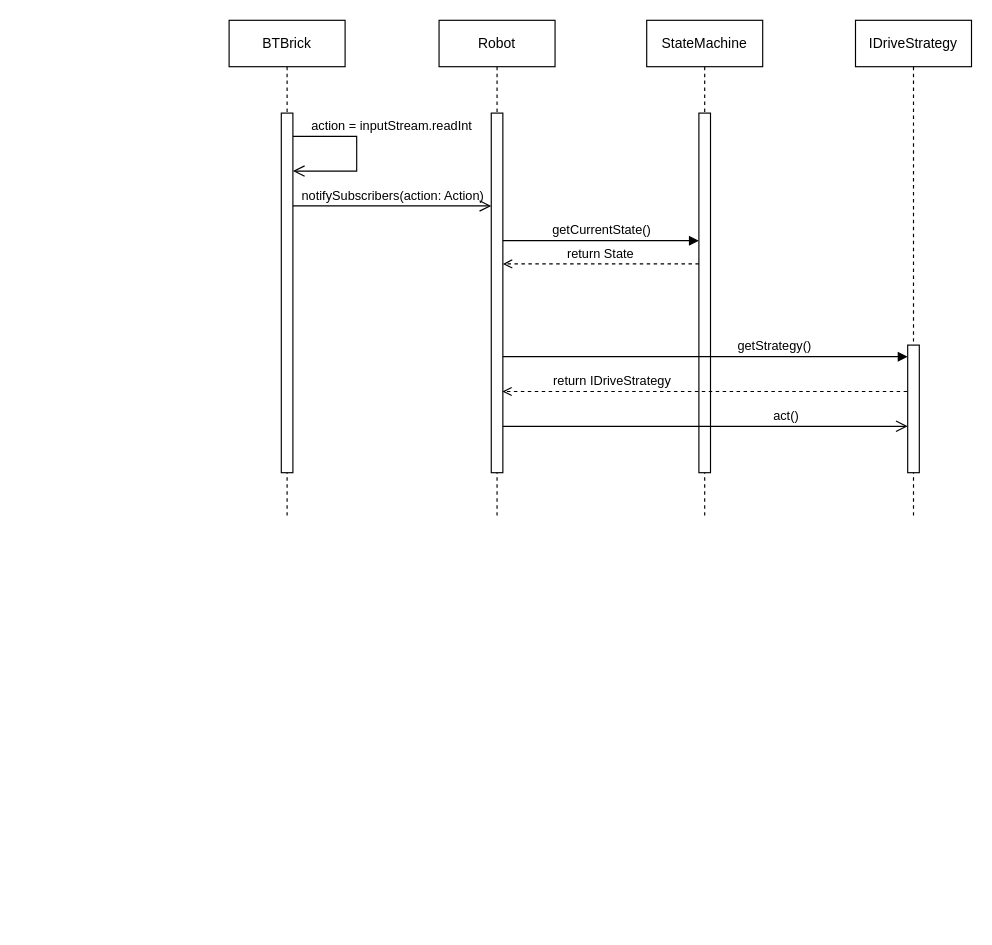
Thomas12141/OOS_Praktikum keeps this draw.io diagram as UML/sequenzdiagramm.drawio. Above is the earlier version. Source tidied: cells renumbered, new cells numbered last; positions are measured from the earlier drawing's top-left corner, leaving out a move shared by most shapes. Both pictures are drawn from the tidied source at 116%, with x=0, y=0 at pixel (229, 20).
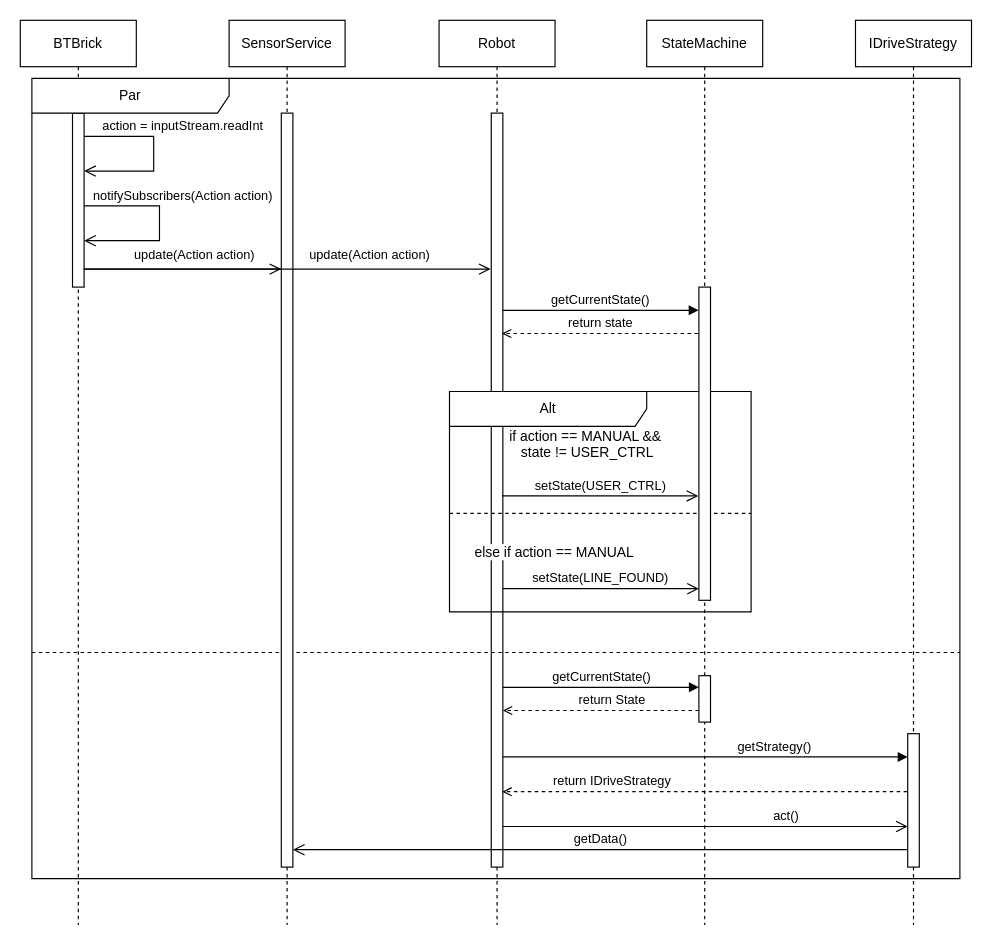
After the change.

Commit message (it also covers changes not shown here):
updated sequence diagram with threading

The edit, as a diff of the source:
```diff
@@
     <mxCell id="2" value="BTBrick" style="shape=umlLifeline;perimeter=lifelinePerimeter;whiteSpace=wrap;html=1;newEdgeStyle={&quot;edgeStyle&quot;:&quot;elbowEdgeStyle&quot;,&quot;elbow&quot;:&quot;vertical&quot;,&quot;curved&quot;:0,&quot;rounded&quot;:0};" parent="1" vertex="1">
-      <mxGeometry width="100" height="430" as="geometry" />
+      <mxGeometry x="-180" width="100" height="780" as="geometry" />
     </mxCell>
     <mxCell id="3" style="html=1;points=[];perimeter=orthogonalPerimeter;outlineConnect=0;targetShapes=umlLifeline;portConstraint=eastwest;newEdgeStyle={&quot;edgeStyle&quot;:&quot;elbowEdgeStyle&quot;,&quot;elbow&quot;:&quot;vertical&quot;,&quot;curved&quot;:0,&quot;rounded&quot;:0};" parent="2" vertex="1">
-      <mxGeometry x="45" y="80" width="10" height="310" as="geometry" />
+      <mxGeometry x="45" y="80" width="10" height="150" as="geometry" />
     </mxCell>
+    <mxCell id="17" value="notifySubscribers(Action action)" style="endArrow=open;startArrow=none;endFill=0;startFill=0;endSize=8;html=1;verticalAlign=bottom;labelBackgroundColor=none;strokeWidth=1;rounded=0;" parent="2" edge="1" source="3" target="3">
+      <mxGeometry x="-0.19" y="20" relative="1" as="geometry">
+        <Array as="points">
+          <mxPoint x="90" y="160" />
+          <mxPoint x="120" y="160" />
+          <mxPoint x="120" y="190" />
+        </Array>
+      </mxGeometry>
+    </mxCell>
+    <mxCell id="9" value="action = inputStream.readInt" style="endArrow=open;startArrow=none;endFill=0;startFill=0;endSize=8;html=1;verticalAlign=bottom;labelBackgroundColor=none;strokeWidth=1;rounded=0;" parent="2" edge="1" source="3" target="3">
+      <mxGeometry x="-0.2" y="25" relative="1" as="geometry">
+        <Array as="points">
+          <mxPoint x="85" y="100" />
+          <mxPoint x="115" y="100" />
+          <mxPoint x="115" y="130" />
+        </Array>
+      </mxGeometry>
+    </mxCell>
     <mxCell id="4" value="Robot" style="shape=umlLifeline;perimeter=lifelinePerimeter;whiteSpace=wrap;html=1;newEdgeStyle={&quot;edgeStyle&quot;:&quot;elbowEdgeStyle&quot;,&quot;elbow&quot;:&quot;vertical&quot;,&quot;curved&quot;:0,&quot;rounded&quot;:0};" parent="1" vertex="1">
-      <mxGeometry x="181" width="100" height="430" as="geometry" />
+      <mxGeometry x="181" width="100" height="780" as="geometry" />
     </mxCell>
     <mxCell id="5" style="html=1;points=[];perimeter=orthogonalPerimeter;outlineConnect=0;targetShapes=umlLifeline;portConstraint=eastwest;newEdgeStyle={&quot;edgeStyle&quot;:&quot;elbowEdgeStyle&quot;,&quot;elbow&quot;:&quot;vertical&quot;,&quot;curved&quot;:0,&quot;rounded&quot;:0};" parent="4" vertex="1">
-      <mxGeometry x="45" y="80" width="10" height="310" as="geometry" />
+      <mxGeometry x="45" y="80" width="10" height="650" as="geometry" />
     </mxCell>
     <mxCell id="6" value="StateMachine" style="shape=umlLifeline;perimeter=lifelinePerimeter;whiteSpace=wrap;html=1;newEdgeStyle={&quot;edgeStyle&quot;:&quot;elbowEdgeStyle&quot;,&quot;elbow&quot;:&quot;vertical&quot;,&quot;curved&quot;:0,&quot;rounded&quot;:0};" parent="1" vertex="1">
-      <mxGeometry x="360" width="100" height="430" as="geometry" />
+      <mxGeometry x="360" width="100" height="780" as="geometry" />
     </mxCell>
+    <mxCell id="14" value="IDriveStrategy" style="shape=umlLifeline;perimeter=lifelinePerimeter;whiteSpace=wrap;html=1;newEdgeStyle={&quot;edgeStyle&quot;:&quot;elbowEdgeStyle&quot;,&quot;elbow&quot;:&quot;vertical&quot;,&quot;curved&quot;:0,&quot;rounded&quot;:0};" parent="1" vertex="1">
+      <mxGeometry x="540" width="100" height="780" as="geometry" />
+    </mxCell>
+    <mxCell id="18" value="Par" style="shape=umlFrame;whiteSpace=wrap;html=1;width=170;" parent="1" vertex="1">
+      <mxGeometry x="-170" y="50" width="800" height="690" as="geometry" />
+    </mxCell>
+    <mxCell id="19" style="line;strokeWidth=1;dashed=1;labelPosition=center;verticalLabelPosition=bottom;align=left;verticalAlign=top;spacingLeft=20;spacingTop=15;html=1;whiteSpace=wrap;" parent="18" vertex="1">
+      <mxGeometry y="490" width="800" height="10" as="geometry" />
+    </mxCell>
-    <mxCell id="7" style="html=1;perimeter=orthogonalPerimeter;targetShapes=umlLifeline;newEdgeStyle={&quot;edgeStyle&quot;:&quot;elbowEdgeStyle&quot;,&quot;elbow&quot;:&quot;vertical&quot;,&quot;curved&quot;:0,&quot;rounded&quot;:0};" parent="6" vertex="1">
-      <mxGeometry x="45" y="80" width="10" height="310" as="geometry" />
+    <mxCell id="7" style="html=1;perimeter=orthogonalPerimeter;targetShapes=umlLifeline;newEdgeStyle={&quot;edgeStyle&quot;:&quot;elbowEdgeStyle&quot;,&quot;elbow&quot;:&quot;vertical&quot;,&quot;curved&quot;:0,&quot;rounded&quot;:0};" parent="18" vertex="1">
+      <mxGeometry x="575" y="515" width="10" height="40" as="geometry" />
     </mxCell>
-    <mxCell id="8" value="notifySubscribers(action: Action)" style="endArrow=open;startArrow=none;endFill=0;startFill=0;endSize=8;html=1;verticalAlign=bottom;labelBackgroundColor=none;strokeWidth=1;rounded=0;" parent="1" edge="1" source="3" target="5">
-      <mxGeometry relative="1" as="geometry">
-        <Array as="points">
-          <mxPoint x="140" y="160" />
-        </Array>
-      </mxGeometry>
-    </mxCell>
-    <mxCell id="9" value="action = inputStream.readInt" style="endArrow=open;startArrow=none;endFill=0;startFill=0;endSize=8;html=1;verticalAlign=bottom;labelBackgroundColor=none;strokeWidth=1;rounded=0;" parent="1" edge="1" target="3">
-      <mxGeometry x="-0.21" y="30" relative="1" as="geometry">
-        <mxPoint x="55" y="100" as="sourcePoint" />
-        <Array as="points">
-          <mxPoint x="80" y="100" />
-          <mxPoint x="110" y="100" />
-          <mxPoint x="110" y="130" />
-        </Array>
-      </mxGeometry>
-    </mxCell>
+    <mxCell id="15" style="html=1;points=[];perimeter=orthogonalPerimeter;outlineConnect=0;targetShapes=umlLifeline;portConstraint=eastwest;newEdgeStyle={&quot;edgeStyle&quot;:&quot;elbowEdgeStyle&quot;,&quot;elbow&quot;:&quot;vertical&quot;,&quot;curved&quot;:0,&quot;rounded&quot;:0};" parent="18" vertex="1">
+      <mxGeometry x="755" y="565" width="10" height="115" as="geometry" />
+    </mxCell>
-    <mxCell id="10" value="getCurrentState()" style="html=1;verticalAlign=bottom;endArrow=block;edgeStyle=elbowEdgeStyle;elbow=vertical;curved=0;rounded=0;" parent="1" edge="1">
+    <mxCell id="10" value="getCurrentState()" style="html=1;verticalAlign=bottom;endArrow=block;edgeStyle=elbowEdgeStyle;elbow=vertical;curved=0;rounded=0;" parent="18" edge="1">
       <mxGeometry relative="1" as="geometry">
-        <mxPoint x="236" y="190" as="sourcePoint" />
-        <mxPoint x="405" y="190" as="targetPoint" />
+        <mxPoint x="406" y="525" as="sourcePoint" />
+        <mxPoint x="575" y="525" as="targetPoint" />
         <Array as="points">
-          <mxPoint x="320.5" y="190" />
+          <mxPoint x="490.5" y="525" />
         </Array>
       </mxGeometry>
     </mxCell>
+    <mxCell id="12" value="return State" style="html=1;verticalAlign=bottom;labelBackgroundColor=none;endArrow=open;endFill=0;dashed=1;rounded=0;" parent="18" edge="1">
+      <mxGeometry x="-0.11" relative="1" as="geometry">
+        <mxPoint x="575" y="545" as="sourcePoint" />
+        <mxPoint x="406" y="545" as="targetPoint" />
+      </mxGeometry>
+    </mxCell>
-    <mxCell id="11" value="getStrategy()" style="html=1;verticalAlign=bottom;endArrow=block;edgeStyle=elbowEdgeStyle;elbow=vertical;curved=0;rounded=0;" parent="1" edge="1" source="5" target="15">
+    <mxCell id="11" value="getStrategy()" style="html=1;verticalAlign=bottom;endArrow=block;edgeStyle=elbowEdgeStyle;elbow=vertical;curved=0;rounded=0;" parent="18" edge="1">
       <mxGeometry x="0.34" relative="1" as="geometry">
+        <mxPoint x="406" y="585" as="sourcePoint" />
+        <mxPoint x="755" y="585" as="targetPoint" />
         <Array as="points">
-          <mxPoint x="319" y="290" />
+          <mxPoint x="489" y="585" />
         </Array>
       </mxGeometry>
     </mxCell>
-    <mxCell id="12" value="return State" style="html=1;verticalAlign=bottom;labelBackgroundColor=none;endArrow=open;endFill=0;dashed=1;rounded=0;" parent="1" edge="1">
-      <mxGeometry relative="1" as="geometry">
-        <mxPoint x="405" y="210" as="sourcePoint" />
-        <mxPoint x="236" y="210" as="targetPoint" />
-      </mxGeometry>
-    </mxCell>
-    <mxCell id="13" value="return IDriveStrategy" style="html=1;verticalAlign=bottom;labelBackgroundColor=none;endArrow=open;endFill=0;dashed=1;rounded=0;" parent="1" edge="1">
+    <mxCell id="13" value="return IDriveStrategy" style="html=1;verticalAlign=bottom;labelBackgroundColor=none;endArrow=open;endFill=0;dashed=1;rounded=0;" parent="18" edge="1">
       <mxGeometry x="0.46" relative="1" as="geometry">
-        <mxPoint x="584.5" y="320" as="sourcePoint" />
-        <mxPoint x="235.5" y="320" as="targetPoint" />
+        <mxPoint x="754.5" y="615" as="sourcePoint" />
+        <mxPoint x="405.5" y="615" as="targetPoint" />
       </mxGeometry>
     </mxCell>
-    <mxCell id="14" value="IDriveStrategy" style="shape=umlLifeline;perimeter=lifelinePerimeter;whiteSpace=wrap;html=1;newEdgeStyle={&quot;edgeStyle&quot;:&quot;elbowEdgeStyle&quot;,&quot;elbow&quot;:&quot;vertical&quot;,&quot;curved&quot;:0,&quot;rounded&quot;:0};" parent="1" vertex="1">
-      <mxGeometry x="540" width="100" height="430" as="geometry" />
-    </mxCell>
-    <mxCell id="15" style="html=1;points=[];perimeter=orthogonalPerimeter;outlineConnect=0;targetShapes=umlLifeline;portConstraint=eastwest;newEdgeStyle={&quot;edgeStyle&quot;:&quot;elbowEdgeStyle&quot;,&quot;elbow&quot;:&quot;vertical&quot;,&quot;curved&quot;:0,&quot;rounded&quot;:0};" parent="14" vertex="1">
-      <mxGeometry x="45" y="280" width="10" height="110" as="geometry" />
-    </mxCell>
-    <mxCell id="16" value="act()" style="endArrow=open;startArrow=none;endFill=0;startFill=0;endSize=8;html=1;verticalAlign=bottom;labelBackgroundColor=none;strokeWidth=1;rounded=0;" parent="1" edge="1" source="5" target="15">
+    <mxCell id="16" value="act()" style="endArrow=open;startArrow=none;endFill=0;startFill=0;endSize=8;html=1;verticalAlign=bottom;labelBackgroundColor=none;strokeWidth=1;rounded=0;" parent="18" edge="1">
       <mxGeometry x="0.4" relative="1" as="geometry">
+        <mxPoint x="406" y="645" as="sourcePoint" />
+        <mxPoint x="755" y="645" as="targetPoint" />
         <Array as="points">
-          <mxPoint x="329" y="350" />
+          <mxPoint x="499" y="645" />
         </Array>
       </mxGeometry>
     </mxCell>
+    <mxCell id="20" value="Alt" style="shape=umlFrame;whiteSpace=wrap;html=1;width=170;" parent="18" vertex="1">
+      <mxGeometry x="360" y="270" width="260" height="190" as="geometry" />
+    </mxCell>
+    <mxCell id="21" value="if action == MANUAL &amp;amp;&amp;amp;&amp;nbsp;&lt;div&gt;&amp;nbsp; &amp;nbsp;state != USER_CTRL&lt;/div&gt;" style="text;html=1;" parent="20" vertex="1">
+      <mxGeometry width="180" height="40" relative="1" as="geometry">
+        <mxPoint x="50" y="25" as="offset" />
+      </mxGeometry>
+    </mxCell>
+    <mxCell id="22" value="else if action == MANUAL" style="line;strokeWidth=1;dashed=1;labelPosition=center;verticalLabelPosition=bottom;align=left;verticalAlign=top;spacingLeft=20;spacingTop=15;html=1;whiteSpace=wrap;" parent="20" vertex="1">
+      <mxGeometry y="100" width="260" height="10" as="geometry" />
+    </mxCell>
+    <mxCell id="23" style="html=1;points=[];perimeter=orthogonalPerimeter;outlineConnect=0;targetShapes=umlLifeline;portConstraint=eastwest;newEdgeStyle={&quot;edgeStyle&quot;:&quot;elbowEdgeStyle&quot;,&quot;elbow&quot;:&quot;vertical&quot;,&quot;curved&quot;:0,&quot;rounded&quot;:0};" parent="20" vertex="1">
+      <mxGeometry x="215" y="-90" width="10" height="270" as="geometry" />
+    </mxCell>
+    <mxCell id="24" value="setState(USER_CTRL)" style="endArrow=open;startArrow=none;endFill=0;startFill=0;endSize=8;html=1;verticalAlign=bottom;labelBackgroundColor=none;strokeWidth=1;rounded=0;" parent="20" edge="1">
+      <mxGeometry x="-0.01" relative="1" as="geometry">
+        <mxPoint x="45.5" y="90" as="sourcePoint" />
+        <mxPoint x="214.5" y="90" as="targetPoint" />
+        <Array as="points">
+          <mxPoint x="132.5" y="90" />
+        </Array>
+      </mxGeometry>
+    </mxCell>
+    <mxCell id="25" value="setState(LINE_FOUND)" style="endArrow=open;startArrow=none;endFill=0;startFill=0;endSize=8;html=1;verticalAlign=bottom;labelBackgroundColor=none;strokeWidth=1;rounded=0;" parent="20" edge="1" target="23">
+      <mxGeometry x="-0.01" relative="1" as="geometry">
+        <mxPoint x="46" y="170" as="sourcePoint" />
+        <Array as="points">
+          <mxPoint x="133" y="170" />
+        </Array>
+      </mxGeometry>
+    </mxCell>
+    <mxCell id="26" value="return state" style="html=1;verticalAlign=bottom;labelBackgroundColor=none;endArrow=open;endFill=0;dashed=1;rounded=0;" parent="18" edge="1">
+      <mxGeometry relative="1" as="geometry">
+        <mxPoint x="574.2" y="220" as="sourcePoint" />
+        <mxPoint x="405.2" y="220" as="targetPoint" />
+        <mxPoint x="1" as="offset" />
+      </mxGeometry>
+    </mxCell>
+    <mxCell id="27" value="getCurrentState()" style="html=1;verticalAlign=bottom;endArrow=block;edgeStyle=elbowEdgeStyle;elbow=vertical;curved=0;rounded=0;" parent="18" edge="1">
+      <mxGeometry x="-0.01" relative="1" as="geometry">
+        <mxPoint x="405.8" y="200" as="sourcePoint" />
+        <mxPoint x="574.8" y="200" as="targetPoint" />
+        <Array as="points">
+          <mxPoint x="462.8" y="200" />
+        </Array>
+      </mxGeometry>
+    </mxCell>
+    <mxCell id="28" value="SensorService" style="shape=umlLifeline;perimeter=lifelinePerimeter;whiteSpace=wrap;html=1;newEdgeStyle={&quot;edgeStyle&quot;:&quot;elbowEdgeStyle&quot;,&quot;elbow&quot;:&quot;vertical&quot;,&quot;curved&quot;:0,&quot;rounded&quot;:0};" parent="1" vertex="1">
+      <mxGeometry width="100" height="780" as="geometry" />
+    </mxCell>
+    <mxCell id="29" style="html=1;points=[];perimeter=orthogonalPerimeter;outlineConnect=0;targetShapes=umlLifeline;portConstraint=eastwest;newEdgeStyle={&quot;edgeStyle&quot;:&quot;elbowEdgeStyle&quot;,&quot;elbow&quot;:&quot;vertical&quot;,&quot;curved&quot;:0,&quot;rounded&quot;:0};" parent="28" vertex="1">
+      <mxGeometry x="45" y="80" width="10" height="650" as="geometry" />
+    </mxCell>
+    <mxCell id="30" value="update(Action action)" style="endArrow=open;startArrow=none;endFill=0;startFill=0;endSize=8;html=1;verticalAlign=bottom;labelBackgroundColor=none;strokeWidth=1;rounded=0;" parent="1" edge="1" source="3" target="29">
+      <mxGeometry x="0.12" y="5" relative="1" as="geometry">
+        <Array as="points">
+          <mxPoint x="-21" y="214.5" />
+        </Array>
+        <mxPoint y="1" as="offset" />
+      </mxGeometry>
+    </mxCell>
+    <mxCell id="31" value="update(Action action)" style="endArrow=open;startArrow=none;endFill=0;startFill=0;endSize=8;html=1;verticalAlign=bottom;labelBackgroundColor=none;strokeWidth=1;rounded=0;" parent="1" edge="1">
+      <mxGeometry x="0.4" y="5" relative="1" as="geometry">
+        <mxPoint x="-125.5" y="214.5" as="sourcePoint" />
+        <mxPoint x="225.5" y="214.5" as="targetPoint" />
+        <Array as="points">
+          <mxPoint x="-11.5" y="214.5" />
+        </Array>
+        <mxPoint y="1" as="offset" />
+      </mxGeometry>
+    </mxCell>
+    <mxCell id="32" value="getData()" style="endArrow=open;startArrow=none;endFill=0;startFill=0;endSize=8;html=1;verticalAlign=bottom;labelBackgroundColor=none;strokeWidth=1;rounded=0;" parent="1" edge="1" source="15" target="29">
+      <mxGeometry relative="1" as="geometry">
+        <Array as="points">
+          <mxPoint x="238.5" y="715" />
+        </Array>
+      </mxGeometry>
+    </mxCell>
```
